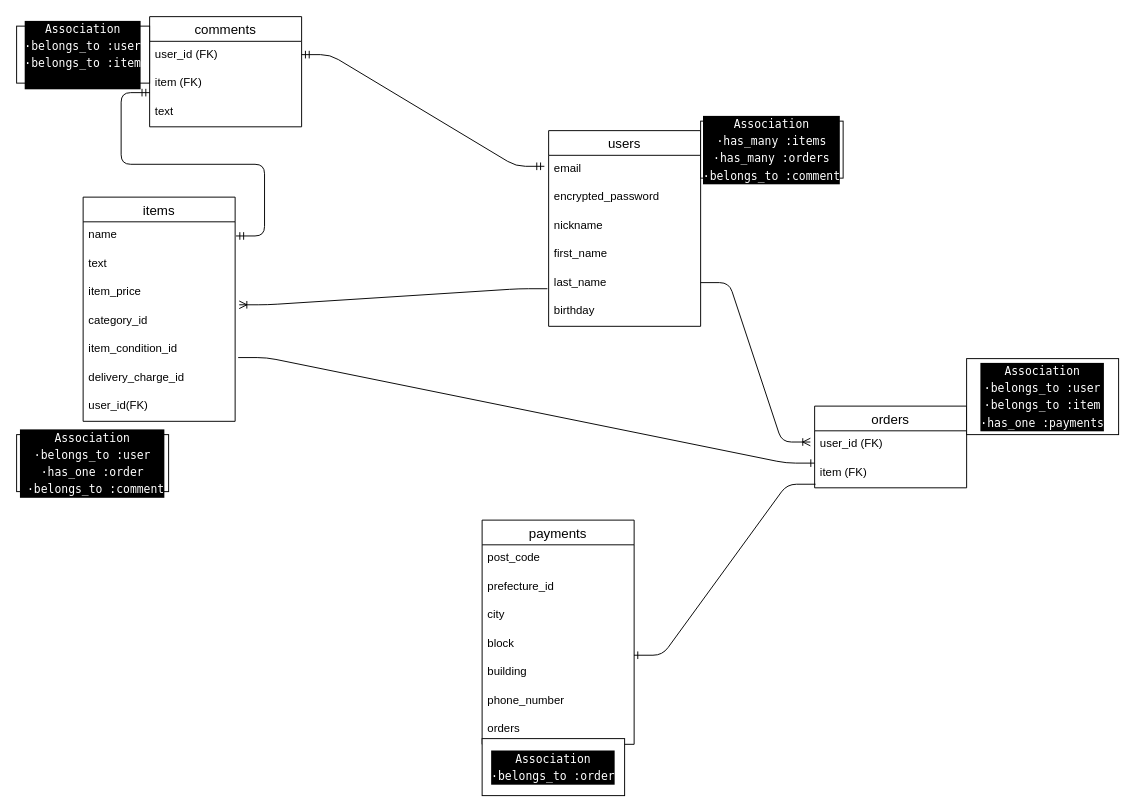
This is furima-er.dio from miyotake/furima-38413, a draw.io file, before an edit. Source tidied: cells renumbered, new cells numbered last; positions are measured from the earlier drawing's top-left corner, leaving out a move shared by most shapes. Both pictures are drawn from the tidied source at 95%, with x=0, y=0 at pixel (16, 16).
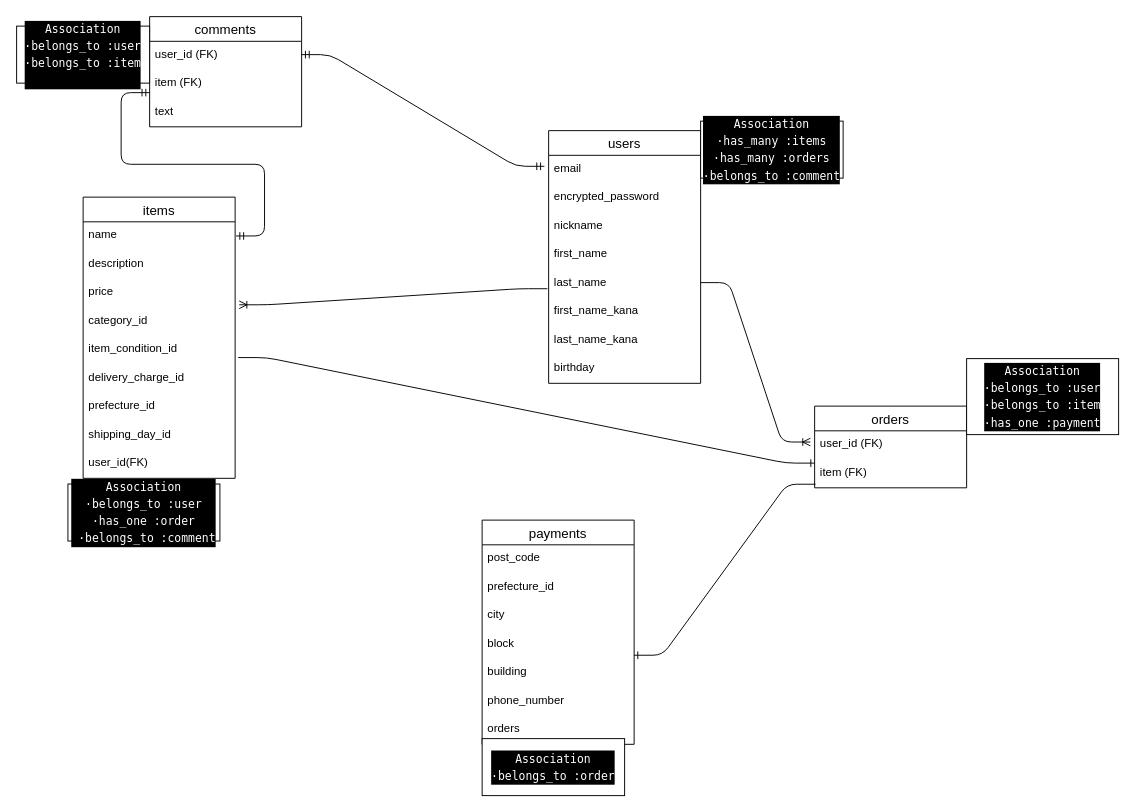
Above is the later version.

The edit, as a diff of the source:
```diff
@@
     <mxCell id="2" value="items" style="swimlane;fontStyle=0;horizontal=1;startSize=26;align=center;fontSize=14;" parent="1" vertex="1">
-      <mxGeometry x="70" y="190" width="160" height="236" as="geometry" />
+      <mxGeometry x="70" y="190" width="160" height="296" as="geometry" />
     </mxCell>
@@
-    <mxCell id="4" value="text" style="text;strokeColor=none;fillColor=none;spacingLeft=4;spacingRight=4;overflow=hidden;fontSize=12;" parent="2" vertex="1">
+    <mxCell id="4" value="description" style="text;strokeColor=none;fillColor=none;spacingLeft=4;spacingRight=4;overflow=hidden;fontSize=12;" parent="2" vertex="1">
       <mxGeometry y="56" width="160" height="30" as="geometry" />
     </mxCell>
-    <mxCell id="5" value="item_price" style="text;strokeColor=none;fillColor=none;spacingLeft=4;spacingRight=4;overflow=hidden;fontSize=12;" parent="2" vertex="1">
+    <mxCell id="5" value="price" style="text;strokeColor=none;fillColor=none;spacingLeft=4;spacingRight=4;overflow=hidden;fontSize=12;" parent="2" vertex="1">
       <mxGeometry y="86" width="160" height="30" as="geometry" />
     </mxCell>
@@
+    <mxCell id="43" value="prefecture_id" style="text;strokeColor=none;fillColor=none;spacingLeft=4;spacingRight=4;overflow=hidden;fontSize=12;" parent="2" vertex="1">
+      <mxGeometry y="206" width="160" height="30" as="geometry" />
+    </mxCell>
+    <mxCell id="44" value="shipping_day_id " style="text;strokeColor=none;fillColor=none;spacingLeft=4;spacingRight=4;overflow=hidden;fontSize=12;" parent="2" vertex="1">
+      <mxGeometry y="236" width="160" height="30" as="geometry" />
+    </mxCell>
     <mxCell id="9" value="user_id(FK)" style="text;strokeColor=none;fillColor=none;spacingLeft=4;spacingRight=4;overflow=hidden;fontSize=12;" parent="2" vertex="1">
-      <mxGeometry y="206" width="160" height="30" as="geometry" />
+      <mxGeometry y="266" width="160" height="30" as="geometry" />
     </mxCell>
     <mxCell id="10" value="&lt;div style=&quot;color: rgb(255 , 255 , 255) ; background-color: rgb(0 , 0 , 0) ; font-family: &amp;#34;menlo&amp;#34; , &amp;#34;monaco&amp;#34; , &amp;#34;courier new&amp;#34; , monospace ; line-height: 18px&quot;&gt;&lt;div&gt;Association&lt;/div&gt;&lt;div&gt;·belongs_to :user&lt;/div&gt;&lt;div&gt;·has_one :order&lt;/div&gt;&lt;div&gt;&amp;nbsp;·belongs_to :comment&lt;br&gt;&lt;/div&gt;&lt;/div&gt;" style="rounded=0;whiteSpace=wrap;html=1;fillColor=#FFFFFF;" parent="1" vertex="1">
-      <mxGeometry y="440" width="160" height="60" as="geometry" />
+      <mxGeometry x="54" y="492" width="160" height="60" as="geometry" />
     </mxCell>
@@
     <mxCell id="20" value="users" style="swimlane;fontStyle=0;horizontal=1;startSize=26;align=center;fontSize=14;fillColor=#FFFFFF;" parent="1" vertex="1">
-      <mxGeometry x="560" y="120" width="160" height="206" as="geometry" />
+      <mxGeometry x="560" y="120" width="160" height="266" as="geometry" />
     </mxCell>
@@
+    <mxCell id="45" value="first_name_kana" style="text;strokeColor=none;fillColor=none;spacingLeft=4;spacingRight=4;overflow=hidden;fontSize=12;" parent="20" vertex="1">
+      <mxGeometry y="176" width="160" height="30" as="geometry" />
+    </mxCell>
+    <mxCell id="46" value="last_name_kana" style="text;strokeColor=none;fillColor=none;spacingLeft=4;spacingRight=4;overflow=hidden;fontSize=12;" parent="20" vertex="1">
+      <mxGeometry y="206" width="160" height="30" as="geometry" />
+    </mxCell>
     <mxCell id="26" value="birthday" style="text;strokeColor=none;fillColor=none;spacingLeft=4;spacingRight=4;overflow=hidden;fontSize=12;" parent="20" vertex="1">
-      <mxGeometry y="176" width="160" height="30" as="geometry" />
+      <mxGeometry y="236" width="160" height="30" as="geometry" />
     </mxCell>
@@
-    <mxCell id="31" value="&lt;div style=&quot;color: rgb(255 , 255 , 255) ; background-color: rgb(0 , 0 , 0) ; font-family: &amp;#34;menlo&amp;#34; , &amp;#34;monaco&amp;#34; , &amp;#34;courier new&amp;#34; , monospace ; line-height: 18px&quot;&gt;&lt;div&gt;Association&lt;/div&gt;&lt;div&gt;·belongs_to :user&lt;/div&gt;&lt;div&gt;·belongs_to :item&lt;/div&gt;&lt;div&gt;·has_one :payments&lt;/div&gt;&lt;/div&gt;" style="rounded=0;whiteSpace=wrap;html=1;fillColor=#FFFFFF;" parent="1" vertex="1">
+    <mxCell id="31" value="&lt;div style=&quot;color: rgb(255 , 255 , 255) ; background-color: rgb(0 , 0 , 0) ; font-family: &amp;#34;menlo&amp;#34; , &amp;#34;monaco&amp;#34; , &amp;#34;courier new&amp;#34; , monospace ; line-height: 18px&quot;&gt;&lt;div&gt;Association&lt;/div&gt;&lt;div&gt;·belongs_to :user&lt;/div&gt;&lt;div&gt;·belongs_to :item&lt;/div&gt;&lt;div&gt;·has_one :payment&lt;/div&gt;&lt;/div&gt;" style="rounded=0;whiteSpace=wrap;html=1;fillColor=#FFFFFF;" parent="1" vertex="1">
       <mxGeometry x="1000" y="360" width="160" height="80" as="geometry" />
     </mxCell>
```
